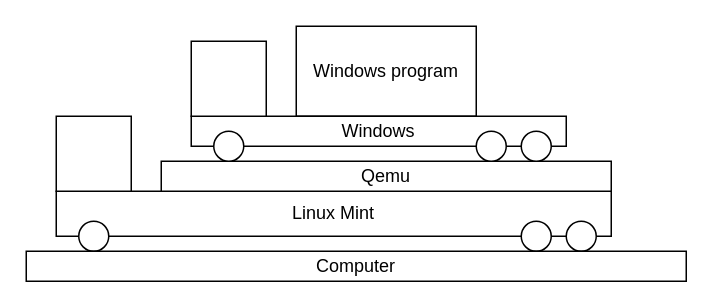
This is source/ways-to-run-Windows-Program-pictures/windows-program-on-linux-mint-and-qemu.drawio from cdwijs/website, a draw.io file, before an edit. Source tidied: cells renumbered, new cells numbered last; positions are measured from the earlier drawing's top-left corner, leaving out a move shared by most shapes. Both pictures are drawn from the tidied source at 150%, with x=0, y=0 at pixel (26, 26). Pictures stored in the file or linked from it are replaced by grey dashed boxes.
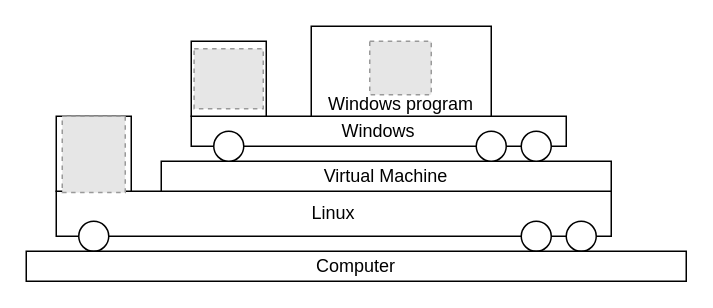
After the change.

Change to the diagram source:
```diff
@@
 <mxGraphModel>
   <root>
     <mxCell id="0" />
     <mxCell id="1" parent="0" />
-    <mxCell id="2" value="Linux Mint" style="rounded=0;whiteSpace=wrap;html=1;" parent="1" vertex="1">
+    <mxCell id="2" value="Linux" style="rounded=0;whiteSpace=wrap;html=1;" parent="1" vertex="1">
       <mxGeometry x="20" y="110" width="370" height="30" as="geometry" />
     </mxCell>
     <mxCell id="3" style="ellipse;whiteSpace=wrap;html=1;" parent="1" vertex="1">
       <mxGeometry x="360" y="130" width="20" height="20" as="geometry" />
     </mxCell>
     <mxCell id="4" style="ellipse;whiteSpace=wrap;html=1;" parent="1" vertex="1">
       <mxGeometry x="330" y="130" width="20" height="20" as="geometry" />
     </mxCell>
     <mxCell id="5" style="ellipse;whiteSpace=wrap;html=1;" parent="1" vertex="1">
       <mxGeometry x="35" y="130" width="20" height="20" as="geometry" />
     </mxCell>
     <mxCell id="6" style="rounded=0;whiteSpace=wrap;html=1;" parent="1" vertex="1">
       <mxGeometry x="20" y="60" width="50" height="50" as="geometry" />
     </mxCell>
-    <mxCell id="7" value="Windows program" style="rounded=0;whiteSpace=wrap;html=1;" parent="1" vertex="1">
-      <mxGeometry x="180" width="120" height="60" as="geometry" />
-    </mxCell>
     <mxCell id="8" value="Computer" style="rounded=0;whiteSpace=wrap;html=1;" parent="1" vertex="1">
       <mxGeometry y="150" width="440" height="20" as="geometry" />
     </mxCell>
-    <mxCell id="9" value="Qemu" style="rounded=0;whiteSpace=wrap;html=1;" parent="1" vertex="1">
+    <mxCell id="9" value="Virtual Machine" style="rounded=0;whiteSpace=wrap;html=1;" parent="1" vertex="1">
       <mxGeometry x="90" y="90" width="300" height="20" as="geometry" />
     </mxCell>
     <mxCell id="10" value="Windows" style="rounded=0;whiteSpace=wrap;html=1;" parent="1" vertex="1">
       <mxGeometry x="110" y="60" width="250" height="20" as="geometry" />
     </mxCell>
     <mxCell id="11" style="ellipse;whiteSpace=wrap;html=1;" parent="1" vertex="1">
       <mxGeometry x="330" y="70" width="20" height="20" as="geometry" />
     </mxCell>
     <mxCell id="12" style="ellipse;whiteSpace=wrap;html=1;" parent="1" vertex="1">
       <mxGeometry x="300" y="70" width="20" height="20" as="geometry" />
     </mxCell>
     <mxCell id="13" style="ellipse;whiteSpace=wrap;html=1;" parent="1" vertex="1">
       <mxGeometry x="125" y="70" width="20" height="20" as="geometry" />
     </mxCell>
     <mxCell id="14" style="rounded=0;whiteSpace=wrap;html=1;" parent="1" vertex="1">
       <mxGeometry x="110" y="10" width="50" height="50" as="geometry" />
     </mxCell>
+    <mxCell id="15" style="fillColor=#E6E6E6;strokeColor=#999999;dashed=1;verticalLabelPosition=bottom;labelBackgroundColor=default;verticalAlign=top;" parent="1" vertex="1">
+      <mxGeometry x="111.9" y="15" width="46.1" height="40" as="geometry" />
+    </mxCell>
+    <mxCell id="7" value="&lt;div&gt;&lt;br&gt;&lt;/div&gt;&lt;div&gt;&lt;br&gt;&lt;/div&gt;&lt;div&gt;&lt;br&gt;&lt;/div&gt;Windows program" style="rounded=0;whiteSpace=wrap;html=1;" parent="1" vertex="1">
+      <mxGeometry x="190" width="120" height="60" as="geometry" />
+    </mxCell>
+    <mxCell id="16" style="fillColor=#E6E6E6;strokeColor=#999999;dashed=1;verticalLabelPosition=bottom;labelBackgroundColor=default;verticalAlign=top;" parent="1" vertex="1">
+      <mxGeometry x="229" y="10" width="41" height="35.6" as="geometry" />
+    </mxCell>
+    <mxCell id="17" style="fillColor=#E6E6E6;strokeColor=#999999;dashed=1;" parent="1" vertex="1">
+      <mxGeometry x="24" y="60" width="42" height="50.9" as="geometry" />
+    </mxCell>
   </root>
 </mxGraphModel>
```
